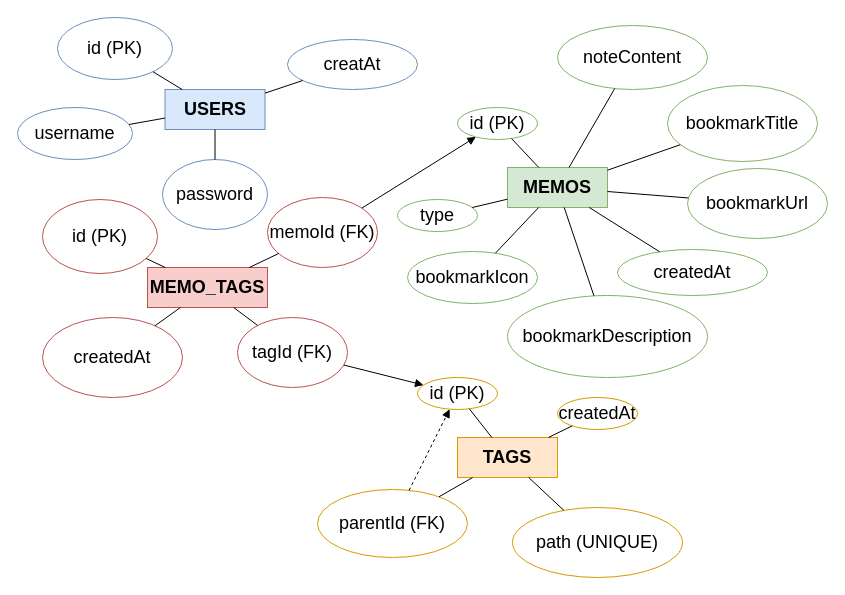
Above: drawio/db-er-chickenfoot.drawio in ancientElement/CyberHamster (draw.io), before the change. Source tidied: cells renumbered, new cells numbered last; positions are measured from the earlier drawing's top-left corner, leaving out a move shared by most shapes. Both pictures are drawn from the tidied source at 100%, with x=0, y=0 at pixel (17, 17).
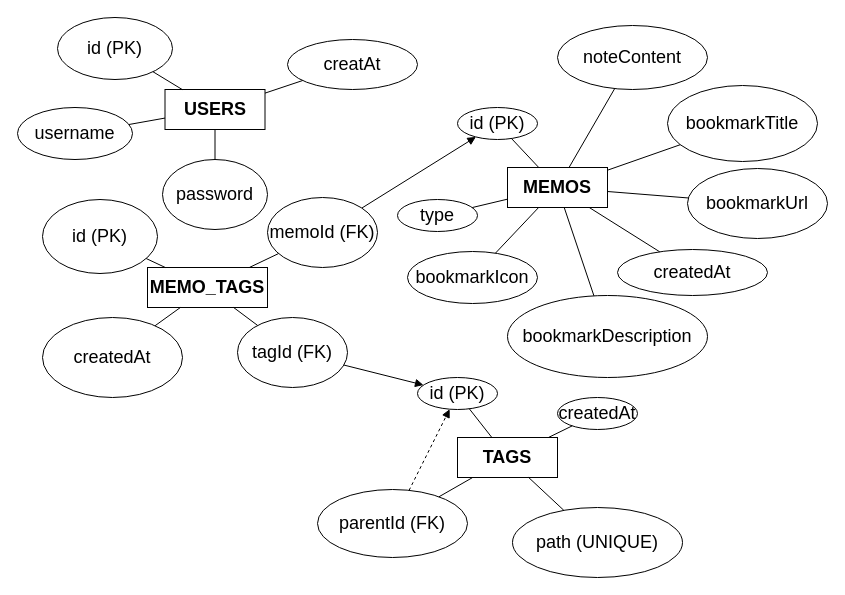
Above is the later version.

Diff of the diagram source:
```diff
@@
-    <mxCell id="2" value="USERS" style="rounded=0;whiteSpace=wrap;html=1;fillColor=#dae8fc;strokeColor=#6c8ebf;fontSize=18;fontStyle=1;" parent="1" vertex="1">
+    <mxCell id="2" value="USERS" style="rounded=0;whiteSpace=wrap;html=1;fontSize=18;fontStyle=1;" parent="1" vertex="1">
       <mxGeometry x="147.5" y="72" width="100" height="40" as="geometry" />
     </mxCell>
-    <mxCell id="3" value="id (PK)" style="ellipse;whiteSpace=wrap;html=1;fillColor=#ffffff;strokeColor=#6c8ebf;fontSize=18;" parent="1" vertex="1">
+    <mxCell id="3" value="id (PK)" style="ellipse;whiteSpace=wrap;html=1;fontSize=18;" parent="1" vertex="1">
       <mxGeometry x="40" width="115" height="62" as="geometry" />
     </mxCell>
-    <mxCell id="4" value="username" style="ellipse;whiteSpace=wrap;html=1;fillColor=#ffffff;strokeColor=#6c8ebf;fontSize=18;" parent="1" vertex="1">
+    <mxCell id="4" value="username" style="ellipse;whiteSpace=wrap;html=1;fontSize=18;" parent="1" vertex="1">
       <mxGeometry y="90" width="115" height="52" as="geometry" />
     </mxCell>
-    <mxCell id="5" value="password" style="ellipse;whiteSpace=wrap;html=1;fillColor=#ffffff;strokeColor=#6c8ebf;fontSize=18;" parent="1" vertex="1">
+    <mxCell id="5" value="password" style="ellipse;whiteSpace=wrap;html=1;fontSize=18;" parent="1" vertex="1">
       <mxGeometry x="145" y="142" width="105" height="70" as="geometry" />
     </mxCell>
-    <mxCell id="6" value="creatAt" style="ellipse;whiteSpace=wrap;html=1;fillColor=#ffffff;strokeColor=#6c8ebf;fontSize=18;" parent="1" vertex="1">
+    <mxCell id="6" value="creatAt" style="ellipse;whiteSpace=wrap;html=1;fontSize=18;" parent="1" vertex="1">
       <mxGeometry x="270" y="22" width="130" height="50" as="geometry" />
     </mxCell>
@@
-    <mxCell id="11" value="MEMOS" style="rounded=0;whiteSpace=wrap;html=1;fillColor=#d5e8d4;strokeColor=#82b366;fontSize=18;fontStyle=1;" parent="1" vertex="1">
+    <mxCell id="11" value="MEMOS" style="rounded=0;whiteSpace=wrap;html=1;fontSize=18;fontStyle=1;" parent="1" vertex="1">
       <mxGeometry x="490" y="150" width="100" height="40" as="geometry" />
     </mxCell>
-    <mxCell id="12" value="id (PK)" style="ellipse;whiteSpace=wrap;html=1;fillColor=#ffffff;strokeColor=#82b366;fontSize=18;" parent="1" vertex="1">
+    <mxCell id="12" value="id (PK)" style="ellipse;whiteSpace=wrap;html=1;fontSize=18;" parent="1" vertex="1">
       <mxGeometry x="440" y="90" width="80" height="32" as="geometry" />
     </mxCell>
-    <mxCell id="13" value="type" style="ellipse;whiteSpace=wrap;html=1;fillColor=#ffffff;strokeColor=#82b366;fontSize=18;" parent="1" vertex="1">
+    <mxCell id="13" value="type" style="ellipse;whiteSpace=wrap;html=1;fontSize=18;" parent="1" vertex="1">
       <mxGeometry x="380" y="182" width="80" height="32" as="geometry" />
     </mxCell>
-    <mxCell id="14" value="createdAt" style="ellipse;whiteSpace=wrap;html=1;fillColor=#ffffff;strokeColor=#82b366;fontSize=18;" parent="1" vertex="1">
+    <mxCell id="14" value="createdAt" style="ellipse;whiteSpace=wrap;html=1;fontSize=18;" parent="1" vertex="1">
       <mxGeometry x="600" y="232" width="150" height="46" as="geometry" />
     </mxCell>
-    <mxCell id="15" value="noteContent" style="ellipse;whiteSpace=wrap;html=1;fillColor=#ffffff;strokeColor=#82b366;fontSize=18;" parent="1" vertex="1">
+    <mxCell id="15" value="noteContent" style="ellipse;whiteSpace=wrap;html=1;fontSize=18;" parent="1" vertex="1">
       <mxGeometry x="540" y="8" width="150" height="64" as="geometry" />
     </mxCell>
-    <mxCell id="16" value="bookmarkTitle" style="ellipse;whiteSpace=wrap;html=1;fillColor=#ffffff;strokeColor=#82b366;fontSize=18;" parent="1" vertex="1">
+    <mxCell id="16" value="bookmarkTitle" style="ellipse;whiteSpace=wrap;html=1;fontSize=18;" parent="1" vertex="1">
       <mxGeometry x="650" y="68" width="150" height="76" as="geometry" />
     </mxCell>
-    <mxCell id="17" value="bookmarkUrl" style="ellipse;whiteSpace=wrap;html=1;fillColor=#ffffff;strokeColor=#82b366;fontSize=18;" parent="1" vertex="1">
+    <mxCell id="17" value="bookmarkUrl" style="ellipse;whiteSpace=wrap;html=1;fontSize=18;" parent="1" vertex="1">
       <mxGeometry x="670" y="151" width="140" height="70" as="geometry" />
     </mxCell>
-    <mxCell id="18" value="bookmarkDescription" style="ellipse;whiteSpace=wrap;html=1;fillColor=#ffffff;strokeColor=#82b366;fontSize=18;" parent="1" vertex="1">
+    <mxCell id="18" value="bookmarkDescription" style="ellipse;whiteSpace=wrap;html=1;fontSize=18;" parent="1" vertex="1">
       <mxGeometry x="490" y="278" width="200" height="82" as="geometry" />
     </mxCell>
-    <mxCell id="19" value="bookmarkIcon" style="ellipse;whiteSpace=wrap;html=1;fillColor=#ffffff;strokeColor=#82b366;fontSize=18;" parent="1" vertex="1">
+    <mxCell id="19" value="bookmarkIcon" style="ellipse;whiteSpace=wrap;html=1;fontSize=18;" parent="1" vertex="1">
       <mxGeometry x="390" y="234" width="130" height="52" as="geometry" />
     </mxCell>
@@
-    <mxCell id="28" value="TAGS" style="rounded=0;whiteSpace=wrap;html=1;fillColor=#ffe6cc;strokeColor=#d79b00;fontSize=18;fontStyle=1;" parent="1" vertex="1">
+    <mxCell id="28" value="TAGS" style="rounded=0;whiteSpace=wrap;html=1;fontSize=18;fontStyle=1;" parent="1" vertex="1">
       <mxGeometry x="440" y="420" width="100" height="40" as="geometry" />
     </mxCell>
-    <mxCell id="29" value="id (PK)" style="ellipse;whiteSpace=wrap;html=1;fillColor=#ffffff;strokeColor=#d79b00;fontSize=18;" parent="1" vertex="1">
+    <mxCell id="29" value="id (PK)" style="ellipse;whiteSpace=wrap;html=1;fontSize=18;" parent="1" vertex="1">
       <mxGeometry x="400" y="360" width="80" height="32" as="geometry" />
     </mxCell>
-    <mxCell id="30" value="path (UNIQUE)" style="ellipse;whiteSpace=wrap;html=1;fillColor=#ffffff;strokeColor=#d79b00;fontSize=18;" parent="1" vertex="1">
+    <mxCell id="30" value="path (UNIQUE)" style="ellipse;whiteSpace=wrap;html=1;fontSize=18;" parent="1" vertex="1">
       <mxGeometry x="495" y="490" width="170" height="70" as="geometry" />
     </mxCell>
-    <mxCell id="31" value="parentId (FK)" style="ellipse;whiteSpace=wrap;html=1;fillColor=#ffffff;strokeColor=#d79b00;fontSize=18;" parent="1" vertex="1">
+    <mxCell id="31" value="parentId (FK)" style="ellipse;whiteSpace=wrap;html=1;fontSize=18;" parent="1" vertex="1">
       <mxGeometry x="300" y="472" width="150" height="68" as="geometry" />
     </mxCell>
-    <mxCell id="32" value="createdAt" style="ellipse;whiteSpace=wrap;html=1;fillColor=#ffffff;strokeColor=#d79b00;fontSize=18;" parent="1" vertex="1">
+    <mxCell id="32" value="createdAt" style="ellipse;whiteSpace=wrap;html=1;fontSize=18;" parent="1" vertex="1">
       <mxGeometry x="540" y="380" width="80" height="32" as="geometry" />
     </mxCell>
@@
-    <mxCell id="37" value="MEMO_TAGS" style="rounded=0;whiteSpace=wrap;html=1;fillColor=#f8cecc;strokeColor=#b85450;fontSize=18;fontStyle=1;" parent="1" vertex="1">
+    <mxCell id="37" value="MEMO_TAGS" style="rounded=0;whiteSpace=wrap;html=1;fontSize=18;fontStyle=1;" parent="1" vertex="1">
       <mxGeometry x="130" y="250" width="120" height="40" as="geometry" />
     </mxCell>
-    <mxCell id="38" value="id (PK)" style="ellipse;whiteSpace=wrap;html=1;fillColor=#ffffff;strokeColor=#b85450;fontSize=18;" parent="1" vertex="1">
+    <mxCell id="38" value="id (PK)" style="ellipse;whiteSpace=wrap;html=1;fontSize=18;" parent="1" vertex="1">
       <mxGeometry x="25" y="182" width="115" height="74" as="geometry" />
     </mxCell>
-    <mxCell id="39" value="memoId (FK)" style="ellipse;whiteSpace=wrap;html=1;fillColor=#ffffff;strokeColor=#b85450;fontSize=18;" parent="1" vertex="1">
+    <mxCell id="39" value="memoId (FK)" style="ellipse;whiteSpace=wrap;html=1;fontSize=18;" parent="1" vertex="1">
       <mxGeometry x="250" y="180" width="110" height="70" as="geometry" />
     </mxCell>
-    <mxCell id="40" value="tagId (FK)" style="ellipse;whiteSpace=wrap;html=1;fillColor=#ffffff;strokeColor=#b85450;fontSize=18;" parent="1" vertex="1">
+    <mxCell id="40" value="tagId (FK)" style="ellipse;whiteSpace=wrap;html=1;fontSize=18;" parent="1" vertex="1">
       <mxGeometry x="220" y="300" width="110" height="70" as="geometry" />
     </mxCell>
-    <mxCell id="41" value="createdAt" style="ellipse;whiteSpace=wrap;html=1;fillColor=#ffffff;strokeColor=#b85450;fontSize=18;" parent="1" vertex="1">
+    <mxCell id="41" value="createdAt" style="ellipse;whiteSpace=wrap;html=1;fontSize=18;" parent="1" vertex="1">
       <mxGeometry x="25" y="300" width="140" height="80" as="geometry" />
     </mxCell>
```
